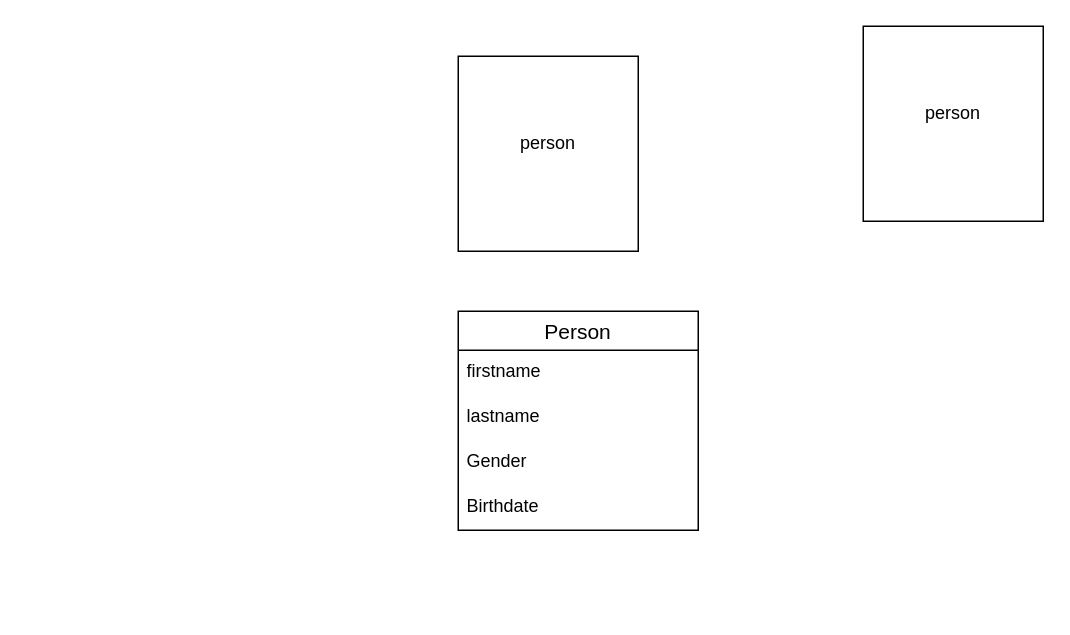
jackhou66/AB2S_DigitalTwinsDemo keeps this draw.io diagram as Untitled Diagram.drawio. Above is the earlier version. Source tidied: cells renumbered, new cells numbered last; positions are measured from the earlier drawing's top-left corner, leaving out a move shared by most shapes. Both pictures are drawn from the tidied source at 150%, with x=0, y=0 at pixel (458, 26).
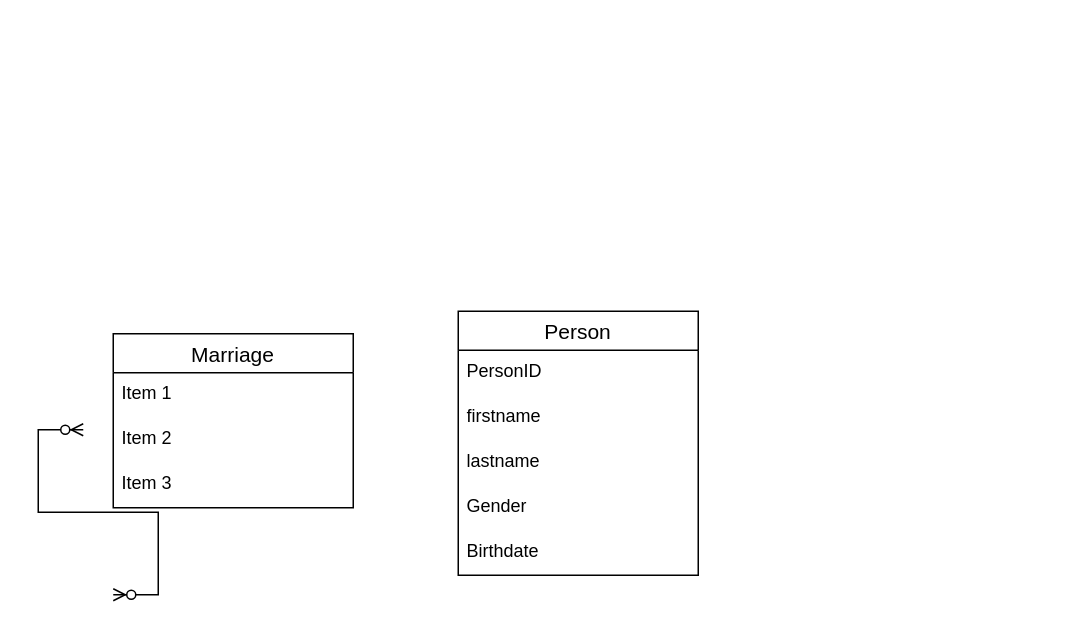
The same page after the edit.

Change to the diagram source:
```diff
@@
 <mxGraphModel>
   <root>
     <mxCell id="0" />
     <mxCell id="1" parent="0" />
-    <mxCell id="2" value="person&lt;div&gt;&lt;br&gt;&lt;/div&gt;" style="rounded=0;whiteSpace=wrap;html=1;" parent="1" vertex="1">
-      <mxGeometry y="20" width="120" height="130" as="geometry" />
-    </mxCell>
-    <mxCell id="3" value="person&lt;div&gt;&lt;br&gt;&lt;/div&gt;" style="rounded=0;whiteSpace=wrap;html=1;" parent="1" vertex="1">
-      <mxGeometry x="270" width="120" height="130" as="geometry" />
-    </mxCell>
     <mxCell id="4" value="Person" style="swimlane;fontStyle=0;horizontal=1;startSize=26;align=center;fontSize=14;" parent="1" vertex="1">
-      <mxGeometry y="190" width="160" height="146" as="geometry" />
+      <mxGeometry y="190" width="160" height="176" as="geometry" />
     </mxCell>
+    <mxCell id="9" value="PersonID" style="text;strokeColor=none;fillColor=none;spacingLeft=4;spacingRight=4;overflow=hidden;fontSize=12;whiteSpace=wrap;html=1;" parent="4" vertex="1">
+      <mxGeometry y="26" width="160" height="30" as="geometry" />
+    </mxCell>
     <mxCell id="5" value="firstname" style="text;strokeColor=none;fillColor=none;spacingLeft=4;spacingRight=4;overflow=hidden;fontSize=12;whiteSpace=wrap;html=1;" parent="4" vertex="1">
-      <mxGeometry y="26" width="160" height="30" as="geometry" />
+      <mxGeometry y="56" width="160" height="30" as="geometry" />
     </mxCell>
     <mxCell id="6" value="lastname&lt;span style=&quot;white-space: pre;&quot;&gt;&#9;&lt;/span&gt;" style="text;strokeColor=none;fillColor=none;spacingLeft=4;spacingRight=4;overflow=hidden;fontSize=12;whiteSpace=wrap;html=1;" parent="4" vertex="1">
-      <mxGeometry y="56" width="160" height="30" as="geometry" />
+      <mxGeometry y="86" width="160" height="30" as="geometry" />
     </mxCell>
     <mxCell id="7" value="Gender" style="text;strokeColor=none;fillColor=none;spacingLeft=4;spacingRight=4;overflow=hidden;fontSize=12;whiteSpace=wrap;html=1;" parent="4" vertex="1">
-      <mxGeometry y="86" width="160" height="30" as="geometry" />
+      <mxGeometry y="116" width="160" height="30" as="geometry" />
     </mxCell>
     <mxCell id="8" value="Birthdate" style="text;strokeColor=none;fillColor=none;spacingLeft=4;spacingRight=4;overflow=hidden;fontSize=12;whiteSpace=wrap;html=1;" parent="4" vertex="1">
-      <mxGeometry y="116" width="160" height="30" as="geometry" />
+      <mxGeometry y="146" width="160" height="30" as="geometry" />
     </mxCell>
+    <mxCell id="10" style="edgeStyle=entityRelationEdgeStyle;fontSize=12;html=1;endArrow=ERzeroToMany;endFill=1;startArrow=ERzeroToMany;rounded=0;" parent="1" edge="1">
+      <mxGeometry relative="1" as="geometry">
+        <mxPoint x="-230" y="379" as="sourcePoint" />
+        <mxPoint x="-250" y="269" as="targetPoint" />
+      </mxGeometry>
+    </mxCell>
+    <mxCell id="11" value="Marriage" style="swimlane;fontStyle=0;horizontal=1;startSize=26;align=center;fontSize=14;" parent="1" vertex="1">
+      <mxGeometry x="-230" y="205" width="160" height="116" as="geometry" />
+    </mxCell>
+    <mxCell id="12" value="Item 1" style="text;strokeColor=none;fillColor=none;spacingLeft=4;spacingRight=4;overflow=hidden;fontSize=12;whiteSpace=wrap;html=1;" parent="11" vertex="1">
+      <mxGeometry y="26" width="160" height="30" as="geometry" />
+    </mxCell>
+    <mxCell id="13" value="Item 2" style="text;strokeColor=none;fillColor=none;spacingLeft=4;spacingRight=4;overflow=hidden;fontSize=12;whiteSpace=wrap;html=1;" parent="11" vertex="1">
+      <mxGeometry y="56" width="160" height="30" as="geometry" />
+    </mxCell>
+    <mxCell id="14" value="Item 3" style="text;strokeColor=none;fillColor=none;spacingLeft=4;spacingRight=4;overflow=hidden;fontSize=12;whiteSpace=wrap;html=1;" parent="11" vertex="1">
+      <mxGeometry y="86" width="160" height="30" as="geometry" />
+    </mxCell>
   </root>
 </mxGraphModel>
```
